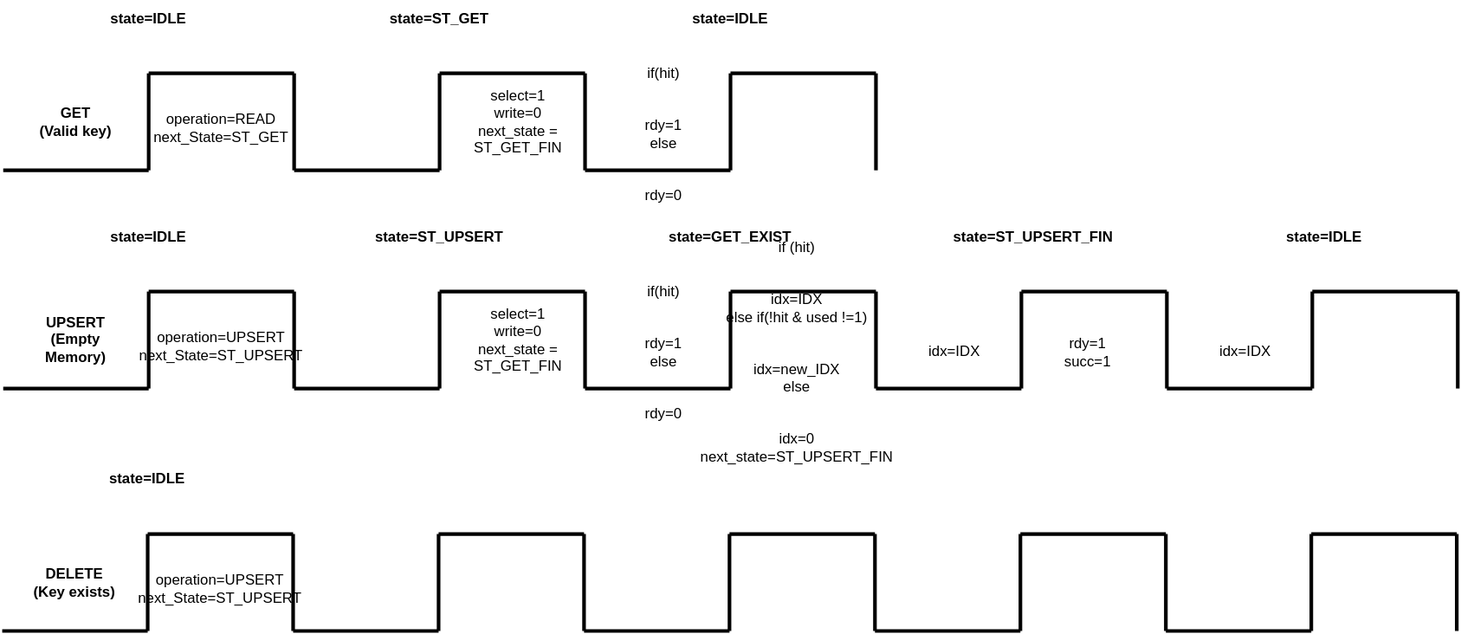
Before: docu/src/diagramme/05_taktzyklus.drawio.svg, a diagram exported from draw.io (philippHecht98/DyC-RedisCacheLibrelane). Source tidied: cells renumbered, new cells last; positions are measured from the earlier drawing's top-left corner, leaving out a move shared by most shapes.
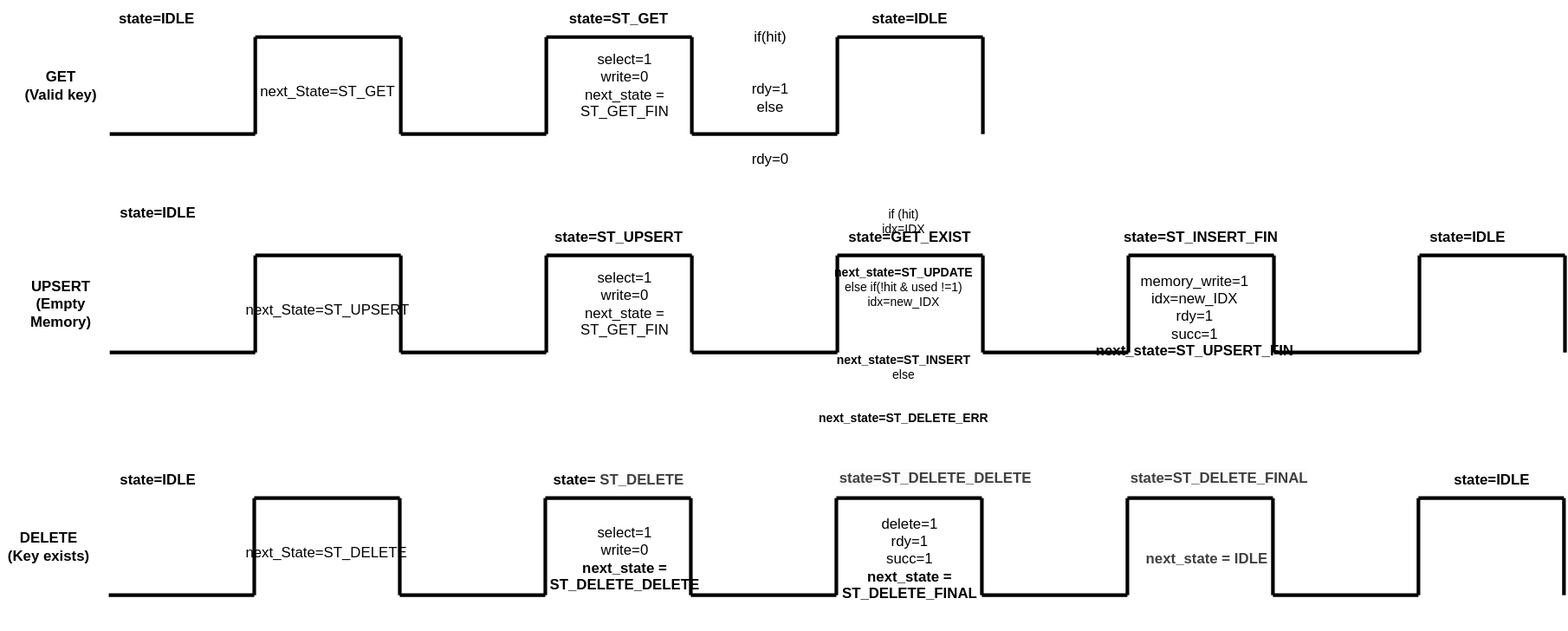
The same file after the commit.

Diff of the diagram source:
```diff
@@ -3,7 +3,7 @@
     <mxCell id="0" />
     <mxCell id="1" parent="0" />
     <mxCell id="2" style="group;strokeWidth=3;" parent="1" vertex="1">
-      <mxGeometry x="1" y="60" width="240" height="80" as="geometry" />
+      <mxGeometry x="1" y="60" width="240" height="90" as="geometry" />
     </mxCell>
     <mxCell id="3" style="endArrow=none;html=1;rounded=0;strokeWidth=3;" parent="2" edge="1">
       <mxGeometry relative="1" as="geometry">
@@ -29,12 +29,9 @@
         <mxPoint y="80" as="targetPoint" />
       </mxGeometry>
     </mxCell>
-    <mxCell id="7" value="&lt;span&gt;operation=READ&lt;/span&gt;&lt;div&gt;&lt;div&gt;&lt;span&gt;next_State=ST_GET&lt;/span&gt;&lt;/div&gt;&lt;/div&gt;" style="text;html=1;whiteSpace=wrap;strokeColor=none;fillColor=none;align=center;verticalAlign=middle;rounded=0;fontStyle=0;" parent="2" vertex="1">
+    <mxCell id="7" value="&lt;div&gt;&lt;div&gt;&lt;span&gt;next_State=ST_GET&lt;/span&gt;&lt;/div&gt;&lt;/div&gt;" style="text;html=1;whiteSpace=wrap;strokeColor=none;fillColor=none;align=center;verticalAlign=middle;rounded=0;fontStyle=0;" parent="2" vertex="1">
       <mxGeometry x="140" y="10" width="80" height="70" as="geometry" />
     </mxCell>
-    <mxCell id="8" value="&lt;b&gt;GET &lt;br&gt;(Valid key)&lt;/b&gt;" style="text;html=1;whiteSpace=wrap;strokeColor=none;fillColor=none;align=center;verticalAlign=middle;rounded=0;" parent="2" vertex="1">
-      <mxGeometry x="20" y="25" width="80" height="30" as="geometry" />
-    </mxCell>
     <mxCell id="9" style="endArrow=none;html=1;rounded=0;strokeWidth=3;" parent="1" edge="1">
       <mxGeometry relative="1" as="geometry">
         <mxPoint x="361" y="140" as="sourcePoint" />
@@ -63,10 +60,10 @@
       <mxGeometry x="361" y="40" width="130" height="120" as="geometry" />
     </mxCell>
     <mxCell id="14" value="&lt;b&gt;state=IDLE&lt;/b&gt;" style="text;html=1;whiteSpace=wrap;strokeColor=none;fillColor=none;align=center;verticalAlign=middle;rounded=0;" parent="1" vertex="1">
-      <mxGeometry x="81" width="80" height="30" as="geometry" />
+      <mxGeometry x="0.2" y="30" width="80" height="30" as="geometry" />
     </mxCell>
     <mxCell id="15" value="&lt;b&gt;state=ST_GET&lt;/b&gt;" style="text;html=1;whiteSpace=wrap;strokeColor=none;fillColor=none;align=center;verticalAlign=middle;rounded=0;" parent="1" vertex="1">
-      <mxGeometry x="321" width="80" height="30" as="geometry" />
+      <mxGeometry x="361" y="30" width="120" height="30" as="geometry" />
     </mxCell>
     <mxCell id="16" style="endArrow=none;html=1;rounded=0;strokeWidth=3;" parent="1" edge="1">
       <mxGeometry relative="1" as="geometry">
@@ -93,7 +90,7 @@
       </mxGeometry>
     </mxCell>
     <mxCell id="20" value="&lt;b&gt;state=IDLE&lt;/b&gt;" style="text;html=1;whiteSpace=wrap;strokeColor=none;fillColor=none;align=center;verticalAlign=middle;rounded=0;" parent="1" vertex="1">
-      <mxGeometry x="561" width="80" height="30" as="geometry" />
+      <mxGeometry x="601" y="30" width="120" height="30" as="geometry" />
     </mxCell>
     <mxCell id="21" value="&lt;div&gt;&lt;font color=&quot;#000000&quot;&gt;if(hit) &lt;br&gt;&lt;span style=&quot;white-space: pre;&quot;&gt;&#9;&lt;/span&gt;&amp;nbsp;rdy=1&lt;/font&gt;&lt;/div&gt;&lt;div&gt;&lt;font color=&quot;#000000&quot;&gt;else&lt;br&gt;&lt;span style=&quot;white-space: pre;&quot;&gt;&#9;&lt;/span&gt;rdy=0&lt;/font&gt;&lt;/div&gt;" style="text;html=1;whiteSpace=wrap;strokeColor=none;fillColor=none;align=center;verticalAlign=middle;rounded=0;" parent="1" vertex="1">
       <mxGeometry x="481" y="50" width="130" height="120" as="geometry" />
@@ -125,12 +122,9 @@
         <mxPoint y="80" as="targetPoint" />
       </mxGeometry>
     </mxCell>
-    <mxCell id="27" value="&lt;span&gt;operation=UPSERT&lt;/span&gt;&lt;div&gt;&lt;div&gt;&lt;span&gt;next_State=ST_UPSERT&lt;/span&gt;&lt;/div&gt;&lt;/div&gt;" style="text;html=1;whiteSpace=wrap;strokeColor=none;fillColor=none;align=center;verticalAlign=middle;rounded=0;fontStyle=0;" parent="22" vertex="1">
+    <mxCell id="27" value="&lt;div&gt;&lt;div&gt;&lt;span&gt;next_State=ST_UPSERT&lt;/span&gt;&lt;/div&gt;&lt;/div&gt;" style="text;html=1;whiteSpace=wrap;strokeColor=none;fillColor=none;align=center;verticalAlign=middle;rounded=0;fontStyle=0;" parent="22" vertex="1">
       <mxGeometry x="140" y="10" width="80" height="70" as="geometry" />
     </mxCell>
-    <mxCell id="28" value="&lt;b&gt;UPSERT&lt;br&gt;(Empty Memory)&lt;/b&gt;" style="text;html=1;whiteSpace=wrap;strokeColor=none;fillColor=none;align=center;verticalAlign=middle;rounded=0;" parent="22" vertex="1">
-      <mxGeometry x="20" y="25" width="80" height="30" as="geometry" />
-    </mxCell>
     <mxCell id="29" style="endArrow=none;html=1;rounded=0;strokeWidth=3;" parent="1" edge="1">
       <mxGeometry relative="1" as="geometry">
         <mxPoint x="361" y="320" as="sourcePoint" />
@@ -159,10 +153,10 @@
       <mxGeometry x="361" y="220" width="130" height="120" as="geometry" />
     </mxCell>
     <mxCell id="34" value="&lt;b&gt;state=IDLE&lt;/b&gt;" style="text;html=1;whiteSpace=wrap;strokeColor=none;fillColor=none;align=center;verticalAlign=middle;rounded=0;" parent="1" vertex="1">
-      <mxGeometry x="81" y="180" width="80" height="30" as="geometry" />
+      <mxGeometry x="1" y="190" width="80" height="30" as="geometry" />
     </mxCell>
     <mxCell id="35" value="&lt;b&gt;state=ST_UPSERT&lt;/b&gt;" style="text;html=1;whiteSpace=wrap;strokeColor=none;fillColor=none;align=center;verticalAlign=middle;rounded=0;" parent="1" vertex="1">
-      <mxGeometry x="321" y="180" width="80" height="30" as="geometry" />
+      <mxGeometry x="361" y="210" width="120" height="30" as="geometry" />
     </mxCell>
     <mxCell id="36" style="endArrow=none;html=1;rounded=0;strokeWidth=3;" parent="1" edge="1">
       <mxGeometry relative="1" as="geometry">
@@ -189,12 +183,9 @@
       </mxGeometry>
     </mxCell>
     <mxCell id="40" value="&lt;b&gt;state=GET_EXIST&lt;/b&gt;" style="text;html=1;whiteSpace=wrap;strokeColor=none;fillColor=none;align=center;verticalAlign=middle;rounded=0;" parent="1" vertex="1">
-      <mxGeometry x="561" y="180" width="80" height="30" as="geometry" />
+      <mxGeometry x="601" y="210" width="120" height="30" as="geometry" />
     </mxCell>
-    <mxCell id="41" value="&lt;div&gt;&lt;font color=&quot;#000000&quot;&gt;if(hit) &lt;br&gt;&lt;span style=&quot;white-space: pre;&quot;&gt;&#9;&lt;/span&gt;&amp;nbsp;rdy=1&lt;/font&gt;&lt;/div&gt;&lt;div&gt;&lt;font color=&quot;#000000&quot;&gt;else&lt;br&gt;&lt;span style=&quot;white-space: pre;&quot;&gt;&#9;&lt;/span&gt;rdy=0&lt;/font&gt;&lt;/div&gt;" style="text;html=1;whiteSpace=wrap;strokeColor=none;fillColor=none;align=center;verticalAlign=middle;rounded=0;" parent="1" vertex="1">
-      <mxGeometry x="481" y="230" width="130" height="120" as="geometry" />
-    </mxCell>
-    <mxCell id="42" value="&lt;div&gt;&lt;font color=&quot;#000000&quot;&gt;&lt;span style=&quot;color: rgb(0, 0, 0);&quot;&gt;if (hit)&lt;/span&gt;&lt;/font&gt;&lt;/div&gt;&lt;div&gt;&lt;font color=&quot;#000000&quot;&gt;&lt;span style=&quot;color: rgb(0, 0, 0);&quot;&gt;&lt;span style=&quot;white-space: pre;&quot;&gt;&#9;&lt;/span&gt;idx=IDX&lt;br&gt;&lt;/span&gt;&lt;/font&gt;&lt;/div&gt;&lt;div&gt;&lt;font color=&quot;#000000&quot;&gt;else if(!hit &amp;amp; used !=1) &lt;br&gt;&lt;span style=&quot;white-space: pre;&quot;&gt;&#9;&lt;/span&gt;&amp;nbsp;idx=new_IDX&lt;/font&gt;&lt;/div&gt;&lt;div&gt;&lt;font color=&quot;#000000&quot;&gt;else&lt;br&gt;&lt;span style=&quot;white-space: pre;&quot;&gt;&#9;&lt;/span&gt;idx=0&lt;/font&gt;&lt;/div&gt;&lt;div&gt;&lt;font color=&quot;#000000&quot;&gt;next_state=ST_UPSERT_FIN&lt;/font&gt;&lt;/div&gt;" style="text;html=1;whiteSpace=wrap;strokeColor=none;fillColor=none;align=center;verticalAlign=middle;rounded=0;" parent="1" vertex="1">
+    <mxCell id="42" value="&lt;div&gt;&lt;font color=&quot;#000000&quot;&gt;&lt;span style=&quot;color: rgb(0, 0, 0);&quot;&gt;if (hit)&lt;br&gt;idx=IDX&lt;/span&gt;&lt;/font&gt;&lt;/div&gt;&lt;div&gt;&lt;font color=&quot;#000000&quot;&gt;&lt;span style=&quot;color: rgb(0, 0, 0);&quot;&gt;&lt;b&gt;&lt;span style=&quot;white-space: pre;&quot;&gt;&#9;&lt;/span&gt;next_state=ST_UPDATE&lt;/b&gt;&lt;br&gt;&lt;/span&gt;&lt;/font&gt;&lt;/div&gt;&lt;div&gt;&lt;font color=&quot;#000000&quot;&gt;else if(!hit &amp;amp; used !=1) &lt;br&gt;idx=new_IDX&lt;br&gt;&lt;span style=&quot;white-space: pre;&quot;&gt;&#9;&lt;/span&gt;&amp;nbsp;&lt;/font&gt;&lt;span style=&quot;background-color: transparent; color: rgb(63, 63, 63); scrollbar-color: rgb(226, 226, 226) rgb(251, 251, 251); white-space: pre;&quot;&gt;&#9;&lt;/span&gt;&lt;span style=&quot;background-color: transparent; color: rgb(0, 0, 0);&quot;&gt;&lt;b&gt;next_state=ST_INSERT&lt;/b&gt;&lt;/span&gt;&lt;/div&gt;&lt;div&gt;&lt;font color=&quot;#000000&quot;&gt;else&lt;br&gt;&lt;/font&gt;&lt;b&gt;&lt;span style=&quot;color: rgb(63, 63, 63); scrollbar-color: rgb(226, 226, 226) rgb(251, 251, 251); white-space: pre;&quot;&gt;&#9;&lt;/span&gt;&lt;span style=&quot;color: rgb(0, 0, 0);&quot;&gt;next_state=ST_DELETE_ERR&lt;/span&gt;&lt;/b&gt;&lt;/div&gt;" style="text;html=1;whiteSpace=wrap;strokeColor=none;fillColor=none;align=center;verticalAlign=middle;rounded=0;fontSize=10;" parent="1" vertex="1">
       <mxGeometry x="591" y="230" width="130" height="120" as="geometry" />
     </mxCell>
     <mxCell id="43" style="endArrow=none;html=1;rounded=0;strokeWidth=3;" parent="1" edge="1">
@@ -221,14 +212,11 @@
         <mxPoint x="721" y="320" as="targetPoint" />
       </mxGeometry>
     </mxCell>
-    <mxCell id="47" value="&lt;div&gt;&lt;font color=&quot;#000000&quot;&gt;idx=IDX&lt;/font&gt;&lt;/div&gt;" style="text;html=1;whiteSpace=wrap;strokeColor=none;fillColor=none;align=center;verticalAlign=middle;rounded=0;" parent="1" vertex="1">
-      <mxGeometry x="721" y="230" width="130" height="120" as="geometry" />
-    </mxCell>
-    <mxCell id="48" value="&lt;font color=&quot;#000000&quot;&gt;rdy=1&lt;br&gt;succ=1&lt;/font&gt;" style="text;html=1;whiteSpace=wrap;strokeColor=none;fillColor=none;align=center;verticalAlign=middle;rounded=0;" parent="1" vertex="1">
+    <mxCell id="48" value="&lt;font color=&quot;#000000&quot;&gt;memory_write=1&lt;br&gt;idx=new_IDX&lt;br&gt;rdy=1&lt;br&gt;succ=1&lt;/font&gt;&lt;div&gt;&lt;font color=&quot;#000000&quot;&gt;&lt;b&gt;next_state=ST_UPSERT_FIN&lt;/b&gt;&lt;/font&gt;&lt;/div&gt;" style="text;html=1;whiteSpace=wrap;strokeColor=none;fillColor=none;align=center;verticalAlign=middle;rounded=0;" parent="1" vertex="1">
       <mxGeometry x="831" y="230" width="130" height="120" as="geometry" />
     </mxCell>
-    <mxCell id="49" value="&lt;b&gt;state=ST_UPSERT_FIN&lt;/b&gt;" style="text;html=1;whiteSpace=wrap;strokeColor=none;fillColor=none;align=center;verticalAlign=middle;rounded=0;" parent="1" vertex="1">
-      <mxGeometry x="811" y="180" width="80" height="30" as="geometry" />
+    <mxCell id="49" value="&lt;b&gt;state=ST_INSERT_FIN&lt;/b&gt;" style="text;html=1;whiteSpace=wrap;strokeColor=none;fillColor=none;align=center;verticalAlign=middle;rounded=0;" parent="1" vertex="1">
+      <mxGeometry x="841" y="210" width="120" height="30" as="geometry" />
     </mxCell>
     <mxCell id="50" style="endArrow=none;html=1;rounded=0;strokeWidth=3;" parent="1" edge="1">
       <mxGeometry relative="1" as="geometry">
@@ -254,11 +242,8 @@
         <mxPoint x="961" y="320" as="targetPoint" />
       </mxGeometry>
     </mxCell>
-    <mxCell id="54" value="&lt;div&gt;&lt;font color=&quot;#000000&quot;&gt;idx=IDX&lt;/font&gt;&lt;/div&gt;" style="text;html=1;whiteSpace=wrap;strokeColor=none;fillColor=none;align=center;verticalAlign=middle;rounded=0;" parent="1" vertex="1">
-      <mxGeometry x="961" y="230" width="130" height="120" as="geometry" />
-    </mxCell>
     <mxCell id="55" value="&lt;b&gt;state=IDLE&lt;/b&gt;" style="text;html=1;whiteSpace=wrap;strokeColor=none;fillColor=none;align=center;verticalAlign=middle;rounded=0;" parent="1" vertex="1">
-      <mxGeometry x="1051" y="180" width="80" height="30" as="geometry" />
+      <mxGeometry x="1081" y="210" width="80" height="30" as="geometry" />
     </mxCell>
     <mxCell id="56" style="group;strokeWidth=3;" parent="1" vertex="1">
       <mxGeometry x="0.2" y="440" width="240" height="80" as="geometry" />
@@ -287,12 +272,9 @@
         <mxPoint y="80" as="targetPoint" />
       </mxGeometry>
     </mxCell>
-    <mxCell id="61" value="&lt;span&gt;operation=UPSERT&lt;/span&gt;&lt;div&gt;&lt;div&gt;&lt;span&gt;next_State=ST_UPSERT&lt;/span&gt;&lt;/div&gt;&lt;/div&gt;" style="text;html=1;whiteSpace=wrap;strokeColor=none;fillColor=none;align=center;verticalAlign=middle;rounded=0;fontStyle=0;" parent="56" vertex="1">
+    <mxCell id="61" value="&lt;div&gt;&lt;div&gt;&lt;span&gt;next_State=ST_DELETE&lt;/span&gt;&lt;/div&gt;&lt;/div&gt;" style="text;html=1;whiteSpace=wrap;strokeColor=none;fillColor=none;align=center;verticalAlign=middle;rounded=0;fontStyle=0;" parent="56" vertex="1">
       <mxGeometry x="140" y="10" width="80" height="70" as="geometry" />
     </mxCell>
-    <mxCell id="62" value="&lt;b&gt;DELETE&lt;br&gt;(Key exists)&lt;/b&gt;" style="text;html=1;whiteSpace=wrap;strokeColor=none;fillColor=none;align=center;verticalAlign=middle;rounded=0;" parent="56" vertex="1">
-      <mxGeometry x="20" y="25" width="80" height="30" as="geometry" />
-    </mxCell>
     <mxCell id="63" style="endArrow=none;html=1;rounded=0;strokeWidth=3;" parent="1" edge="1">
       <mxGeometry relative="1" as="geometry">
         <mxPoint x="360.2" y="520" as="sourcePoint" />
@@ -318,7 +300,7 @@
       </mxGeometry>
     </mxCell>
     <mxCell id="67" value="&lt;b&gt;state=IDLE&lt;/b&gt;" style="text;html=1;whiteSpace=wrap;strokeColor=none;fillColor=none;align=center;verticalAlign=middle;rounded=0;" parent="1" vertex="1">
-      <mxGeometry x="80.2" y="380" width="80" height="30" as="geometry" />
+      <mxGeometry x="1" y="410" width="80" height="30" as="geometry" />
     </mxCell>
     <mxCell id="68" style="endArrow=none;html=1;rounded=0;strokeWidth=3;" parent="1" edge="1">
       <mxGeometry relative="1" as="geometry">
@@ -392,5 +374,35 @@
         <mxPoint x="960.2" y="520" as="targetPoint" />
       </mxGeometry>
     </mxCell>
+    <mxCell id="62" value="&lt;b&gt;DELETE&lt;br&gt;(Key exists)&lt;/b&gt;" style="text;html=1;whiteSpace=wrap;strokeColor=none;fillColor=none;align=center;verticalAlign=middle;rounded=0;" parent="1" vertex="1">
+      <mxGeometry x="-89" y="465" width="80" height="30" as="geometry" />
+    </mxCell>
+    <mxCell id="80" value="&lt;span&gt;state=&lt;/span&gt;&lt;span style=&quot;color: rgb(63, 63, 63);&quot;&gt;ST_DELETE&lt;/span&gt;" style="text;html=1;whiteSpace=wrap;strokeColor=none;fillColor=none;align=center;verticalAlign=middle;rounded=0;fontStyle=1;" parent="1" vertex="1">
+      <mxGeometry x="361" y="410" width="120" height="30" as="geometry" />
+    </mxCell>
+    <mxCell id="81" value="&lt;div&gt;&lt;font color=&quot;#000000&quot;&gt;select=1&lt;/font&gt;&lt;/div&gt;&lt;div&gt;&lt;font color=&quot;#000000&quot;&gt;write=0&lt;/font&gt;&lt;/div&gt;&lt;div&gt;&lt;b&gt;next_state = ST_DELETE_DELETE&lt;/b&gt;&lt;/div&gt;" style="text;html=1;whiteSpace=wrap;strokeColor=none;fillColor=none;align=center;verticalAlign=middle;rounded=0;" parent="1" vertex="1">
+      <mxGeometry x="361" y="430" width="130" height="120" as="geometry" />
+    </mxCell>
+    <mxCell id="82" value="&lt;span style=&quot;color: rgb(63, 63, 63); font-family: Helvetica; font-size: 12px; font-style: normal; font-variant-ligatures: normal; font-variant-caps: normal; letter-spacing: normal; orphans: 2; text-align: center; text-indent: 0px; text-transform: none; widows: 2; word-spacing: 0px; -webkit-text-stroke-width: 0px; white-space: normal; background-color: rgb(251, 251, 251); text-decoration-thickness: initial; text-decoration-style: initial; text-decoration-color: initial; float: none; display: inline !important;&quot;&gt;state=ST_DELETE_DELETE&lt;/span&gt;" style="text;whiteSpace=wrap;html=1;fontStyle=1;" parent="1" vertex="1">
+      <mxGeometry x="601" y="410" width="120" height="30" as="geometry" />
+    </mxCell>
+    <mxCell id="83" value="&lt;div&gt;&lt;font color=&quot;#000000&quot;&gt;delete=1&lt;/font&gt;&lt;/div&gt;&lt;div&gt;&lt;font color=&quot;#000000&quot;&gt;rdy=1&lt;/font&gt;&lt;/div&gt;&lt;div&gt;&lt;font color=&quot;#000000&quot;&gt;succ=1&lt;/font&gt;&lt;/div&gt;&lt;div&gt;&lt;b&gt;next_state = ST_DELETE_FINAL&lt;/b&gt;&lt;/div&gt;" style="text;html=1;whiteSpace=wrap;strokeColor=none;fillColor=none;align=center;verticalAlign=middle;rounded=0;" parent="1" vertex="1">
+      <mxGeometry x="596" y="430" width="130" height="120" as="geometry" />
+    </mxCell>
+    <mxCell id="84" value="&lt;span style=&quot;color: rgb(63, 63, 63); font-family: Helvetica; font-size: 12px; font-style: normal; font-variant-ligatures: normal; font-variant-caps: normal; letter-spacing: normal; orphans: 2; text-align: center; text-indent: 0px; text-transform: none; widows: 2; word-spacing: 0px; -webkit-text-stroke-width: 0px; white-space: normal; background-color: rgb(251, 251, 251); text-decoration-thickness: initial; text-decoration-style: initial; text-decoration-color: initial; float: none; display: inline !important;&quot;&gt;state=ST_DELETE_FINAL&lt;/span&gt;" style="text;whiteSpace=wrap;html=1;fontStyle=1;" parent="1" vertex="1">
+      <mxGeometry x="841" y="410" width="160" height="30" as="geometry" />
+    </mxCell>
+    <mxCell id="85" value="&lt;div&gt;&lt;span style=&quot;color: rgb(63, 63, 63); background-color: transparent;&quot;&gt;&lt;b&gt;next_state = IDLE&lt;/b&gt;&lt;/span&gt;&lt;/div&gt;" style="text;html=1;whiteSpace=wrap;strokeColor=none;fillColor=none;align=center;verticalAlign=middle;rounded=0;" parent="1" vertex="1">
+      <mxGeometry x="841" y="430" width="130" height="120" as="geometry" />
+    </mxCell>
+    <mxCell id="86" value="&lt;b&gt;state=IDLE&lt;/b&gt;" style="text;html=1;whiteSpace=wrap;strokeColor=none;fillColor=none;align=center;verticalAlign=middle;rounded=0;" parent="1" vertex="1">
+      <mxGeometry x="1081" y="410" width="120" height="30" as="geometry" />
+    </mxCell>
+    <mxCell id="28" value="&lt;b&gt;UPSERT&lt;br&gt;(Empty Memory)&lt;/b&gt;" style="text;html=1;whiteSpace=wrap;strokeColor=none;fillColor=none;align=center;verticalAlign=middle;rounded=0;" parent="1" vertex="1">
+      <mxGeometry x="-79" y="265" width="80" height="30" as="geometry" />
+    </mxCell>
+    <mxCell id="8" value="&lt;b&gt;GET &lt;br&gt;(Valid key)&lt;/b&gt;" style="text;html=1;whiteSpace=wrap;strokeColor=none;fillColor=none;align=center;verticalAlign=middle;rounded=0;" parent="1" vertex="1">
+      <mxGeometry x="-79" y="85" width="80" height="30" as="geometry" />
+    </mxCell>
   </root>
 </mxGraphModel>
```
